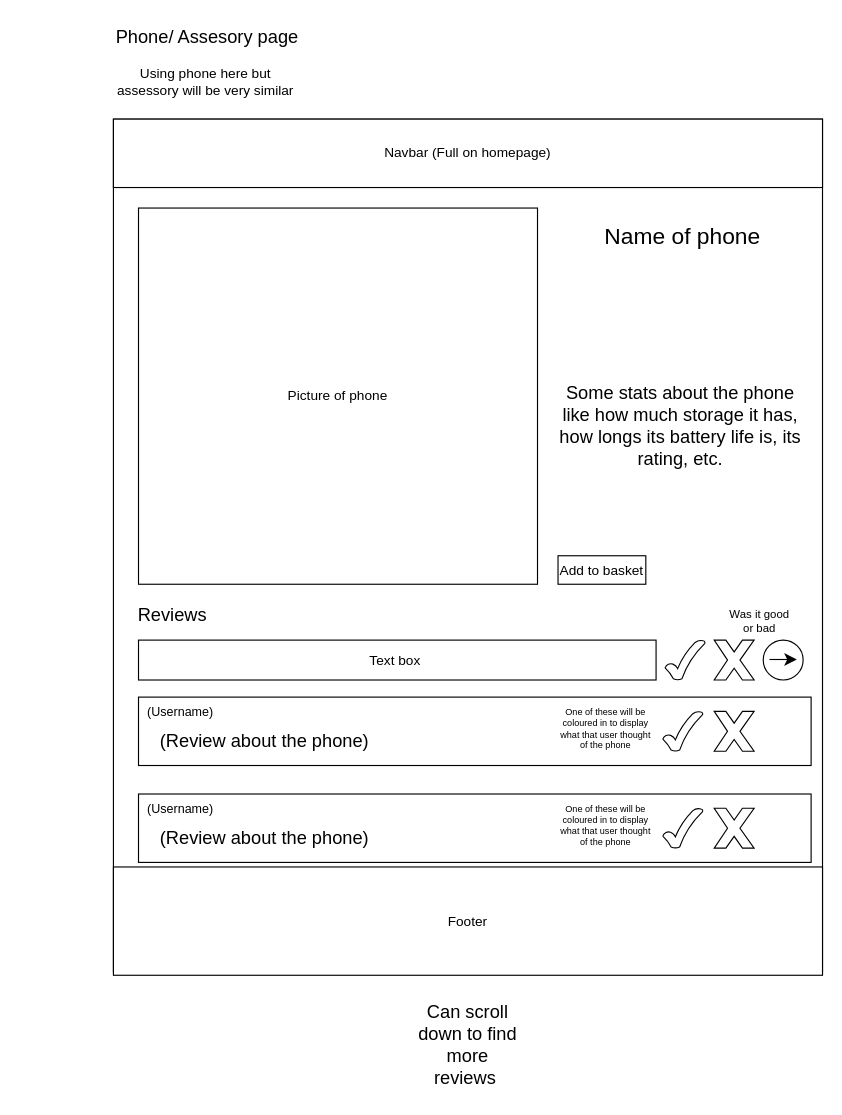
Adam-Spenton/unit_13_assignment_2_Adam_Spenton keeps this draw.io diagram as page "Phone page" (5 of 8) of wireframes/Wireframe Design A.drawio. Above is the earlier version. Source tidied: cells renumbered, new cells numbered last; positions are measured from the earlier drawing's top-left corner, leaving out a move shared by most shapes. Both pictures are drawn from the tidied source at 114%, with x=0, y=0 at pixel (113, 19).
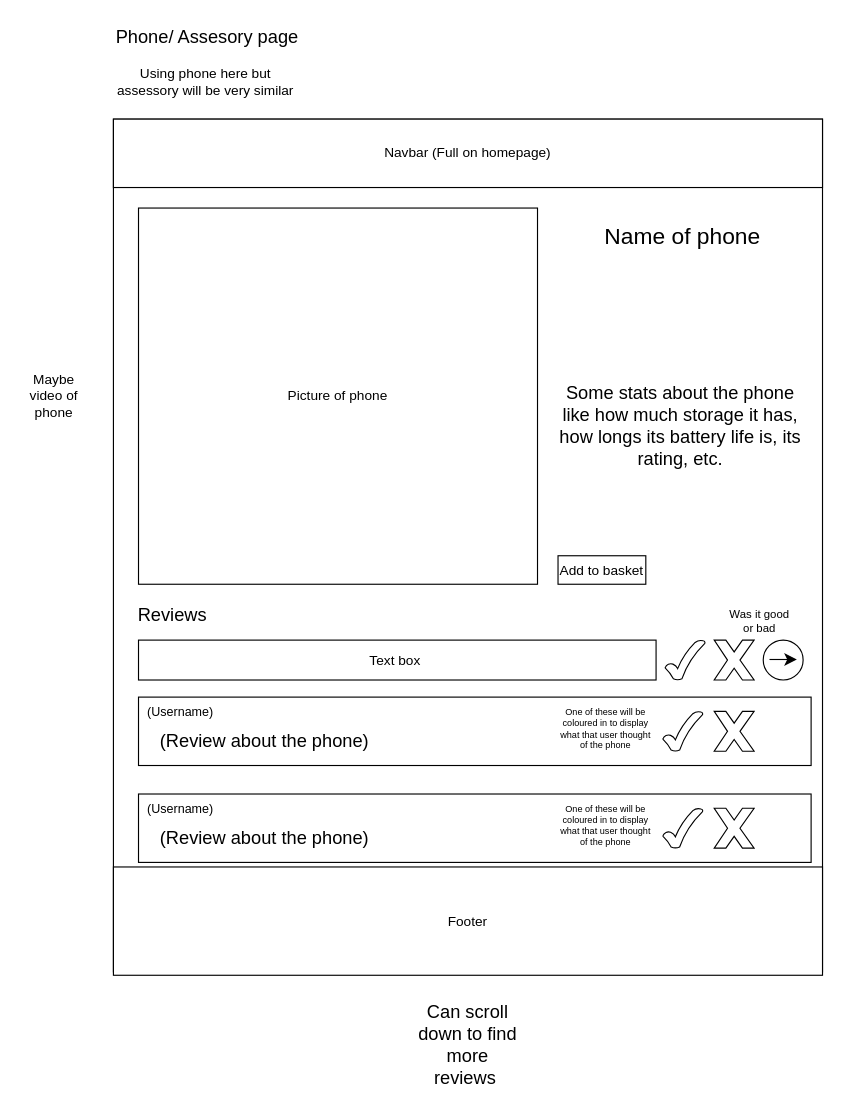
The same page after the edit.

The edit, as a diff of the source:
```diff
@@
+    <mxCell id="31" value="Maybe video of phone" style="text;html=1;align=center;verticalAlign=middle;whiteSpace=wrap;rounded=0;" parent="1" vertex="1">
+      <mxGeometry x="-82" y="315" width="60" height="30" as="geometry" />
+    </mxCell>
```
